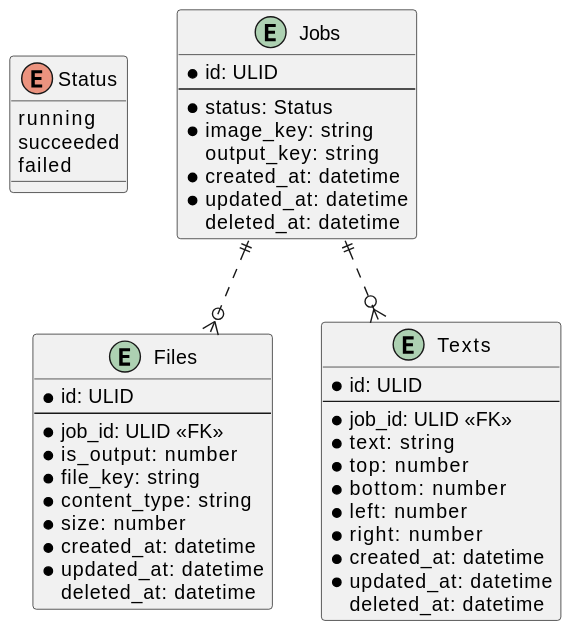
Earlier version of the PlantUML export docs/tables.svg (ijufumi/google-vision-sample).
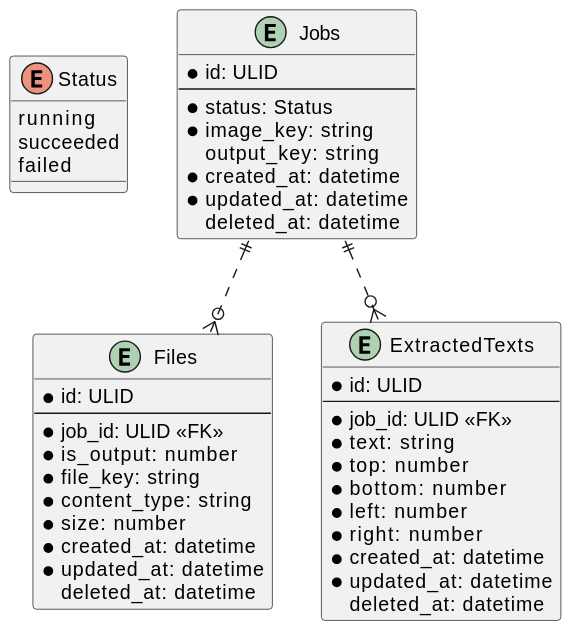
After the commit.

The edit, as a diff of the source:
```diff
@@ -29,7 +29,7 @@
     deleted_at: datetime
 }
 
-entity Texts {
+entity ExtractedTexts {
   * id: ULID
   --
   * job_id: ULID <<FK>>
@@ -43,6 +43,6 @@
     deleted_at: datetime
 }
 
-Jobs ||..o{ Texts
+Jobs ||..o{ ExtractedTexts
 Jobs ||..o{ Files
 @enduml
```
